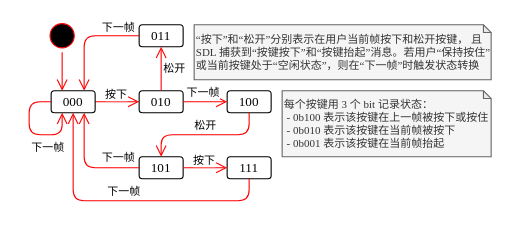
Above: page "键盘、鼠标" (6 of 11) of docs/drawio/k_game.drawio in szdxdxdx/k_game (draw.io), before the change. Source tidied: cells renumbered, new cells numbered last; positions are measured from the earlier drawing's top-left corner, leaving out a move shared by most shapes. Both pictures are drawn from the tidied source at 110%, with x=0, y=0 at pixel (29, 19).
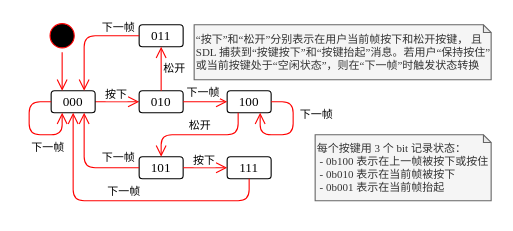
The same diagram, later.

Unchanged cells that the change refers to:
```xml
<mxCell id="7" value="100" style="rounded=1;whiteSpace=wrap;html=1;fontFamily=Times New Roman;" parent="1" vertex="1">
  <mxGeometry x="180" y="65" width="40" height="20" as="geometry" />
</mxCell>
<mxCell id="8" value="101" style="rounded=1;whiteSpace=wrap;html=1;fontFamily=Times New Roman;" parent="1" vertex="1">
  <mxGeometry x="100" y="125" width="40" height="20" as="geometry" />
</mxCell>
```

The edit, as a diff of the source:
```diff
@@
     <mxCell id="14" style="edgeStyle=orthogonalEdgeStyle;html=1;verticalAlign=bottom;endArrow=open;endSize=8;strokeColor=#ff0000;rounded=1;fontFamily=Times New Roman;" parent="1" edge="1" source="7" target="8">
       <mxGeometry relative="1" as="geometry">
         <Array as="points">
-          <mxPoint x="200" y="105" />
+          <mxPoint x="190" y="105" />
           <mxPoint x="120" y="105" />
         </Array>
       </mxGeometry>
     </mxCell>
@@
-    <mxCell id="26" value="&lt;div style=&quot;font-size: 10px;&quot;&gt;&lt;div&gt;每个按键用 3 个 bit 记录状态：&lt;/div&gt;&lt;div&gt;&lt;span style=&quot;background-color: initial;&quot;&gt;&amp;nbsp;- 0b100 表示该按键在上一帧被按下或按住&lt;/span&gt;&lt;/div&gt;&lt;div&gt;&amp;nbsp;- 0b010 表示该按键在当前帧被按下&lt;/div&gt;&lt;div&gt;&amp;nbsp;- 0b001 表示该按键在当前帧抬起&lt;/div&gt;&lt;/div&gt;" style="shape=note;whiteSpace=wrap;html=1;backgroundOutline=1;darkOpacity=0.05;size=7;fillColor=#f5f5f5;fontColor=#333333;strokeColor=#666666;spacingLeft=2;align=left;spacingRight=0;spacing=0;fontFamily=Times New Roman;" parent="1" vertex="1">
-      <mxGeometry x="230" y="65" width="190" height="60" as="geometry" />
+    <mxCell id="26" value="&lt;div style=&quot;font-size: 10px;&quot;&gt;&lt;div&gt;每个按键用 3 个 bit 记录状态：&lt;/div&gt;&lt;div&gt;&lt;span style=&quot;background-color: initial;&quot;&gt;&amp;nbsp;- 0b100 表示在上一帧被按下或按住&lt;/span&gt;&lt;/div&gt;&lt;div&gt;&amp;nbsp;- 0b010 表示在当前帧被按下&lt;/div&gt;&lt;div&gt;&amp;nbsp;- 0b001 表示在当前帧抬起&lt;/div&gt;&lt;/div&gt;" style="shape=note;whiteSpace=wrap;html=1;backgroundOutline=1;darkOpacity=0.05;size=7;fillColor=#f5f5f5;fontColor=#333333;strokeColor=#666666;spacingLeft=2;align=left;spacingRight=0;spacing=0;fontFamily=Times New Roman;" parent="1" vertex="1">
+      <mxGeometry x="260" y="105" width="160" height="60" as="geometry" />
     </mxCell>
@@
+    <mxCell id="30" style="edgeStyle=orthogonalEdgeStyle;html=1;verticalAlign=bottom;endArrow=open;endSize=8;strokeColor=#ff0000;rounded=1;fontFamily=Times New Roman;" parent="1" edge="1" source="7" target="7">
+      <mxGeometry relative="1" as="geometry">
+        <Array as="points">
+          <mxPoint x="240" y="75" />
+          <mxPoint x="240" y="105" />
+          <mxPoint x="210" y="105" />
+        </Array>
+      </mxGeometry>
+    </mxCell>
+    <mxCell id="31" value="&lt;font style=&quot;font-size: 10px;&quot;&gt;下一帧&lt;/font&gt;" style="edgeLabel;html=1;align=center;verticalAlign=middle;fontFamily=Times New Roman;" parent="30" vertex="1">
+      <mxGeometry x="0.01" relative="1" as="geometry">
+        <mxPoint x="21" y="-20" as="offset" />
+      </mxGeometry>
+    </mxCell>
```
